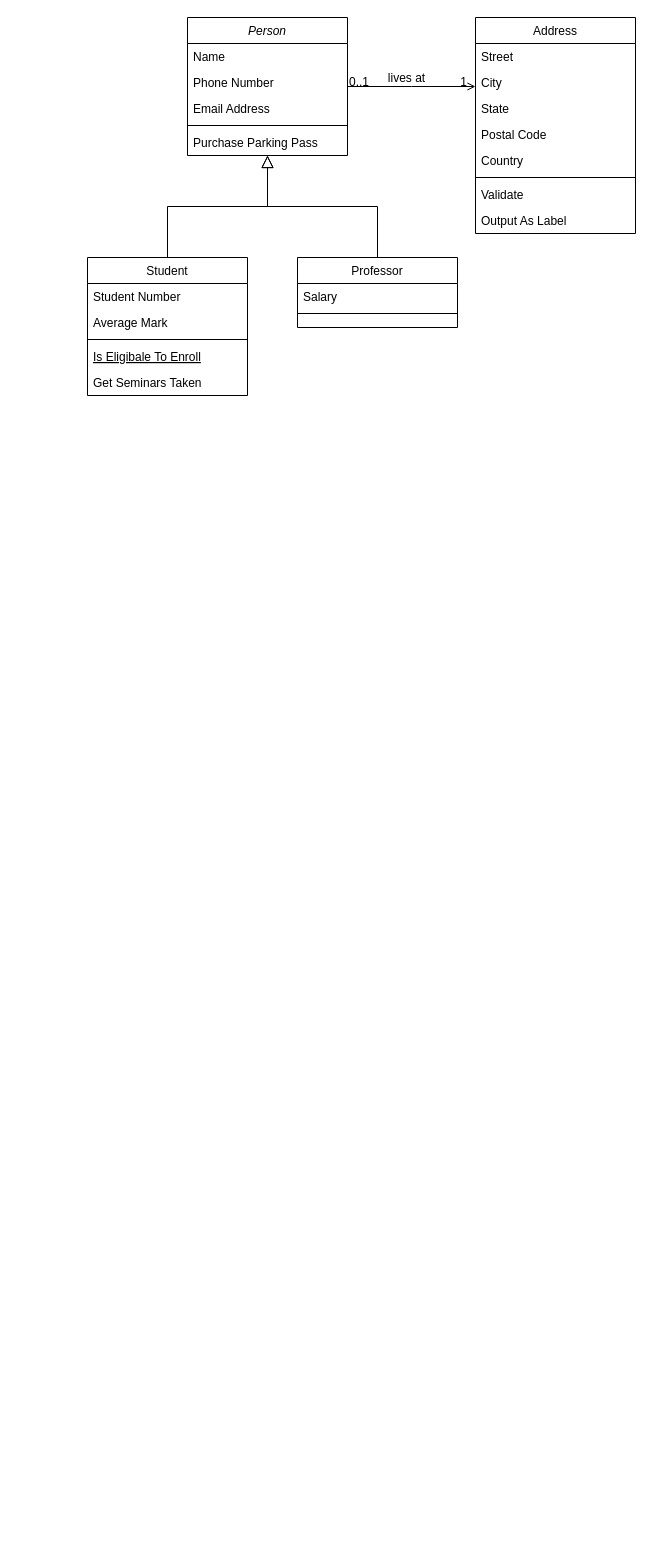
1322739583/dotfiles keeps this draw.io diagram as Untitled Diagram.drawio. Above is the earlier version. Source tidied: cells renumbered, new cells numbered last; positions are measured from the earlier drawing's top-left corner, leaving out a move shared by most shapes. Both pictures are drawn from the tidied source at 100%, with x=0, y=0 at pixel (87, 17).
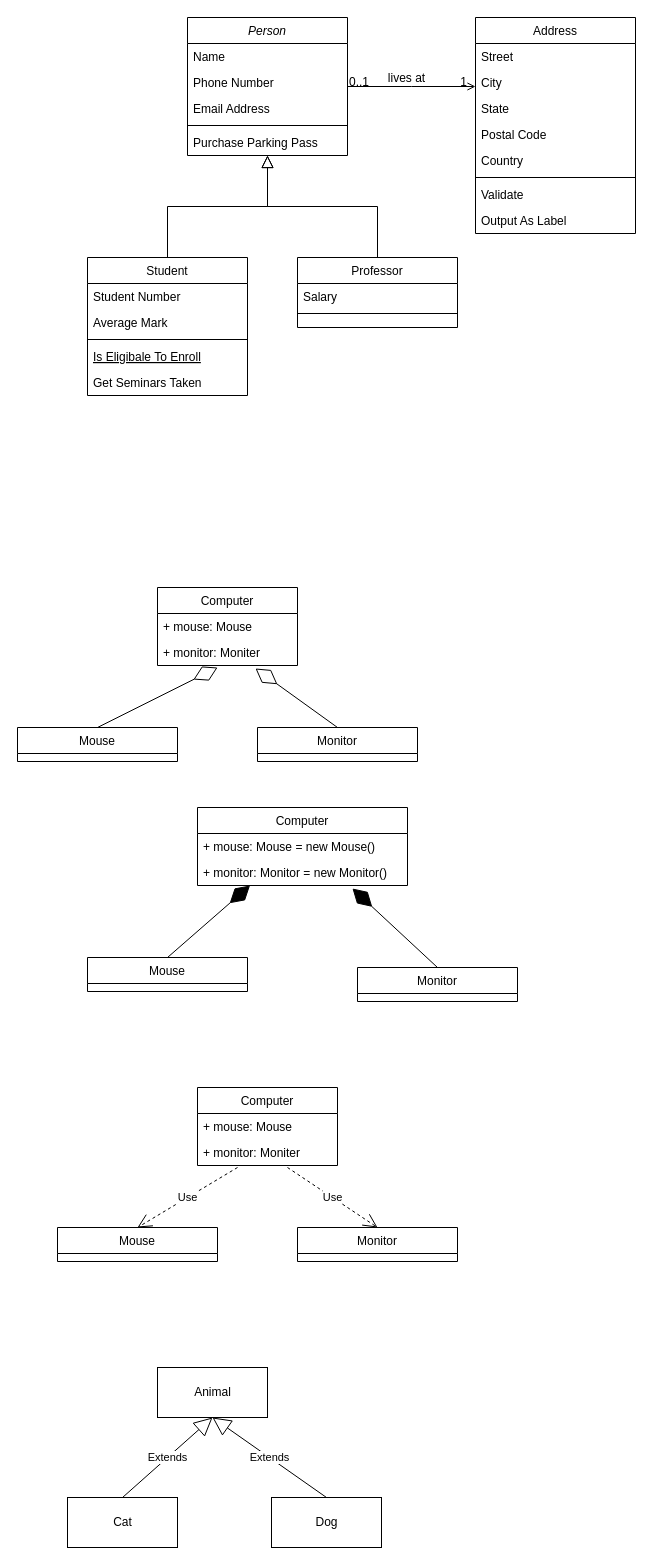
Above is the later version.

Change to the diagram source:
```diff
@@
+    <mxCell id="32" value="Computer" style="swimlane;fontStyle=0;horizontal=1;startSize=26;fillColor=none;" parent="1" vertex="1">
+      <mxGeometry x="70" y="570" width="140" height="78" as="geometry" />
+    </mxCell>
+    <mxCell id="33" value="+ mouse: Mouse" style="text;strokeColor=none;fillColor=none;align=left;verticalAlign=top;spacingLeft=4;spacingRight=4;overflow=hidden;" parent="32" vertex="1">
+      <mxGeometry y="26" width="140" height="26" as="geometry" />
+    </mxCell>
+    <mxCell id="34" value="+ monitor: Moniter" style="text;strokeColor=none;fillColor=none;align=left;verticalAlign=top;spacingLeft=4;spacingRight=4;overflow=hidden;points=[[0,0.5],[1,0.5]];portConstraint=eastwest;" parent="32" vertex="1">
+      <mxGeometry y="52" width="140" height="26" as="geometry" />
+    </mxCell>
+    <mxCell id="35" value="Monitor" style="swimlane;fontStyle=0;align=center;verticalAlign=top;horizontal=1;startSize=26;" parent="1" vertex="1">
+      <mxGeometry x="170" y="710" width="160" height="34" as="geometry" />
+    </mxCell>
+    <mxCell id="36" value="Mouse" style="swimlane;fontStyle=0;align=center;verticalAlign=top;horizontal=1;startSize=26;" parent="1" vertex="1">
+      <mxGeometry x="-70" y="710" width="160" height="34" as="geometry" />
+    </mxCell>
+    <mxCell id="37" style="endArrow=diamondThin;endFill=0;endSize=24;html=1;entryX=0.429;entryY=1.077;entryDx=0;entryDy=0;entryPerimeter=0;exitX=0.5;exitY=0;exitDx=0;exitDy=0;" parent="1" edge="1" source="36" target="34">
+      <mxGeometry relative="1" as="geometry" />
+    </mxCell>
+    <mxCell id="38" style="endArrow=diamondThin;endFill=0;endSize=24;html=1;exitX=0.5;exitY=0;exitDx=0;exitDy=0;entryX=0.7;entryY=1.115;entryDx=0;entryDy=0;entryPerimeter=0;" parent="1" edge="1" source="35" target="34">
+      <mxGeometry relative="1" as="geometry" />
+    </mxCell>
+    <mxCell id="39" value="Computer" style="swimlane;fontStyle=0;horizontal=1;startSize=26;fillColor=none;" parent="1" vertex="1">
+      <mxGeometry x="110" y="790" width="210" height="78" as="geometry" />
+    </mxCell>
+    <mxCell id="40" value="+ mouse: Mouse = new Mouse()" style="text;strokeColor=none;fillColor=none;align=left;verticalAlign=top;spacingLeft=4;spacingRight=4;overflow=hidden;" parent="39" vertex="1">
+      <mxGeometry y="26" width="210" height="26" as="geometry" />
+    </mxCell>
+    <mxCell id="41" value="+ monitor: Monitor = new Monitor() " style="text;strokeColor=none;fillColor=none;align=left;verticalAlign=top;spacingLeft=4;spacingRight=4;overflow=hidden;points=[[0,0.5],[1,0.5]];portConstraint=eastwest;" parent="39" vertex="1">
+      <mxGeometry y="52" width="210" height="26" as="geometry" />
+    </mxCell>
+    <mxCell id="42" value="Mouse" style="swimlane;fontStyle=0;align=center;verticalAlign=top;horizontal=1;startSize=26;" parent="1" vertex="1">
+      <mxGeometry y="940" width="160" height="34" as="geometry" />
+    </mxCell>
+    <mxCell id="43" value="Monitor" style="swimlane;fontStyle=0;align=center;verticalAlign=top;horizontal=1;startSize=26;" parent="1" vertex="1">
+      <mxGeometry x="270" y="950" width="160" height="34" as="geometry" />
+    </mxCell>
+    <mxCell id="44" style="endArrow=diamondThin;endFill=1;endSize=24;html=1;entryX=0.25;entryY=1;entryDx=0;entryDy=0;exitX=0.5;exitY=0;exitDx=0;exitDy=0;" parent="1" edge="1" source="42" target="39">
+      <mxGeometry relative="1" as="geometry" />
+    </mxCell>
+    <mxCell id="45" style="endArrow=diamondThin;endFill=1;endSize=24;html=1;entryX=0.738;entryY=1.115;entryDx=0;entryDy=0;exitX=0.5;exitY=0;exitDx=0;exitDy=0;entryPerimeter=0;" parent="1" edge="1" source="43" target="41">
+      <mxGeometry relative="1" as="geometry" />
+    </mxCell>
+    <mxCell id="46" value="Computer" style="swimlane;fontStyle=0;horizontal=1;startSize=26;fillColor=none;" parent="1" vertex="1">
+      <mxGeometry x="110" y="1070" width="140" height="78" as="geometry" />
+    </mxCell>
+    <mxCell id="47" value="+ mouse: Mouse" style="text;strokeColor=none;fillColor=none;align=left;verticalAlign=top;spacingLeft=4;spacingRight=4;overflow=hidden;" parent="46" vertex="1">
+      <mxGeometry y="26" width="140" height="26" as="geometry" />
+    </mxCell>
+    <mxCell id="48" value="+ monitor: Moniter" style="text;strokeColor=none;fillColor=none;align=left;verticalAlign=top;spacingLeft=4;spacingRight=4;overflow=hidden;" parent="46" vertex="1">
+      <mxGeometry y="52" width="140" height="26" as="geometry" />
+    </mxCell>
+    <mxCell id="49" value="Monitor" style="swimlane;fontStyle=0;align=center;verticalAlign=top;horizontal=1;startSize=26;" parent="1" vertex="1">
+      <mxGeometry x="210" y="1210" width="160" height="34" as="geometry" />
+    </mxCell>
+    <mxCell id="50" value="Mouse" style="swimlane;fontStyle=0;align=center;verticalAlign=top;horizontal=1;startSize=26;" parent="1" vertex="1">
+      <mxGeometry x="-30" y="1210" width="160" height="34" as="geometry" />
+    </mxCell>
+    <mxCell id="51" value="Use" style="endArrow=open;endSize=12;dashed=1;html=1;entryX=0.5;entryY=0;entryDx=0;entryDy=0;" parent="1" edge="1" target="50">
+      <mxGeometry relative="1" as="geometry">
+        <mxPoint x="150" y="1150" as="sourcePoint" />
+      </mxGeometry>
+    </mxCell>
+    <mxCell id="52" value="Use" style="endArrow=open;endSize=12;dashed=1;html=1;entryX=0.5;entryY=0;entryDx=0;entryDy=0;" parent="1" edge="1" target="49">
+      <mxGeometry relative="1" as="geometry">
+        <mxPoint x="200" y="1150" as="sourcePoint" />
+      </mxGeometry>
+    </mxCell>
+    <mxCell id="53" value="Animal" style="html=1;" parent="1" vertex="1">
+      <mxGeometry x="70" y="1350" width="110" height="50" as="geometry" />
+    </mxCell>
+    <mxCell id="54" value="Cat" style="html=1;" parent="1" vertex="1">
+      <mxGeometry x="-20" y="1480" width="110" height="50" as="geometry" />
+    </mxCell>
+    <mxCell id="55" value="Dog" style="html=1;" parent="1" vertex="1">
+      <mxGeometry x="184" y="1480" width="110" height="50" as="geometry" />
+    </mxCell>
+    <mxCell id="56" value="Extends" style="endArrow=block;endSize=16;endFill=0;html=1;exitX=0.5;exitY=0;exitDx=0;exitDy=0;entryX=0.5;entryY=1;entryDx=0;entryDy=0;" parent="1" edge="1" source="54" target="53">
+      <mxGeometry relative="1" as="geometry" />
+    </mxCell>
+    <mxCell id="57" value="Extends" style="endArrow=block;endSize=16;endFill=0;html=1;exitX=0.5;exitY=0;exitDx=0;exitDy=0;entryX=0.5;entryY=1;entryDx=0;entryDy=0;" parent="1" edge="1" source="55" target="53">
+      <mxGeometry relative="1" as="geometry" />
+    </mxCell>
```
